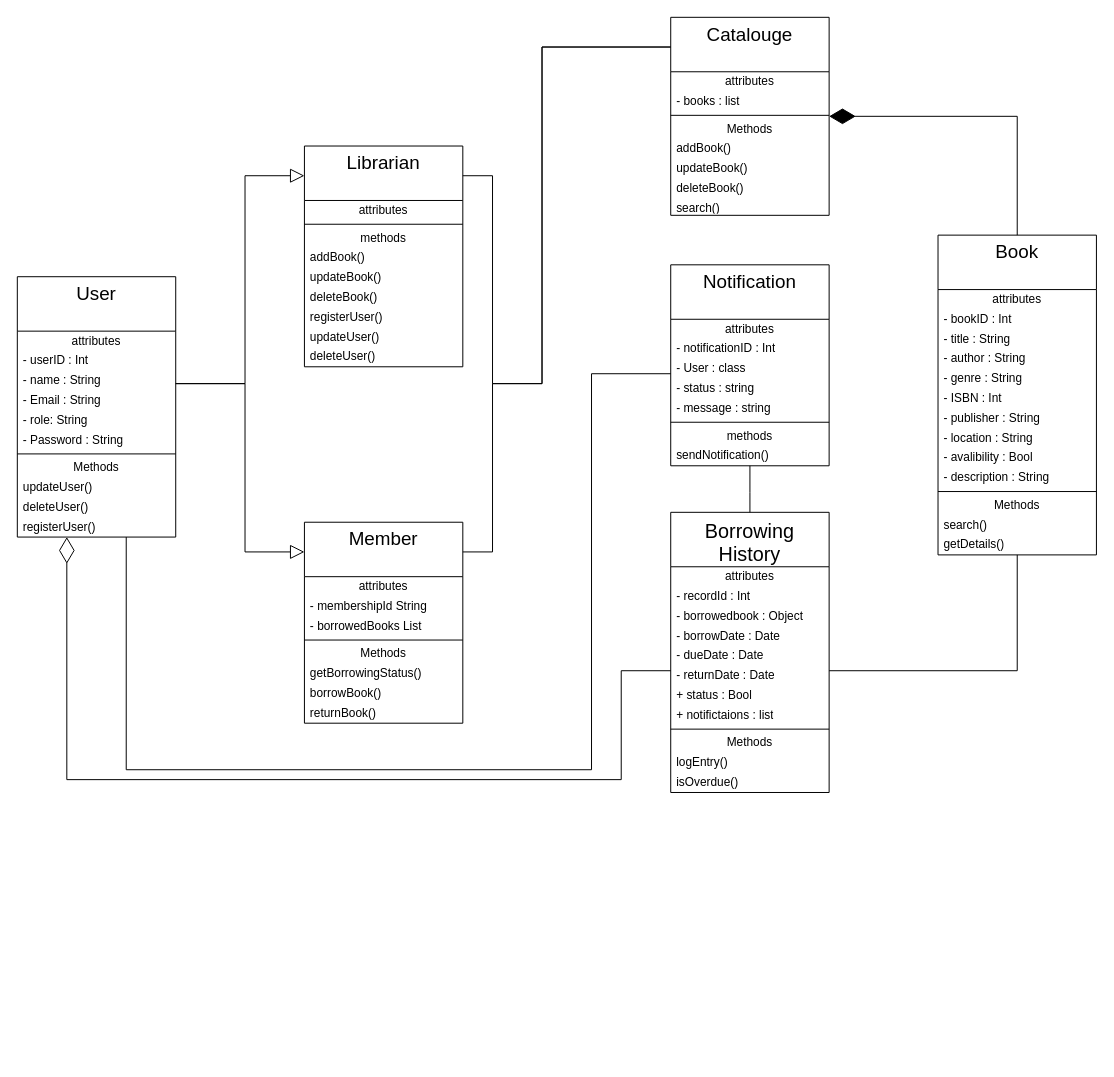
The draw.io diagram LibraryManagementSystem/documents/LMS Class diagram.dio in mytinycloud/LMS, before the edit. Source tidied: cells renumbered, new cells numbered last; positions are measured from the earlier drawing's top-left corner, leaving out a move shared by most shapes. Both pictures are drawn from the tidied source at 99%, with x=0, y=0 at pixel (17, 17).
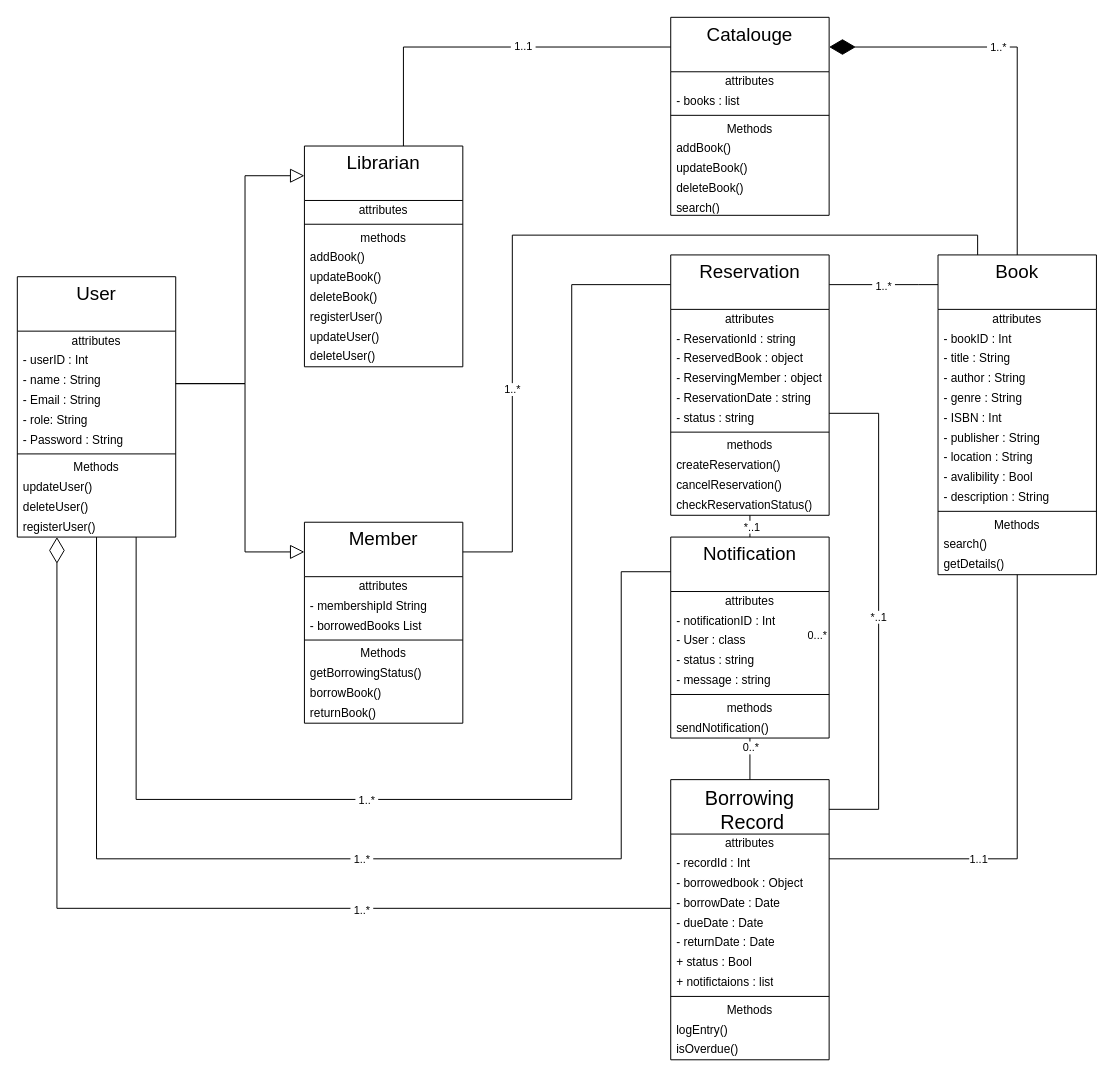
Above is the later version.

Commit message (it also covers changes not shown here):
- update readme - add uml jpg

Unchanged cells that the change refers to:
```xml
<mxCell id="2" value="&lt;font style=&quot;font-size: 19px;&quot;&gt;User&lt;/font&gt;" style="swimlane;fontStyle=0;align=center;verticalAlign=top;horizontal=1;startSize=55;html=1;whiteSpace=wrap;rounded=0;" parent="1" vertex="1">
  <mxGeometry y="262" width="160" height="263" as="geometry" />
</mxCell>
<mxCell id="14" value="&lt;font style=&quot;font-size: 19px;&quot;&gt;Member&lt;/font&gt;" style="swimlane;fontStyle=0;align=center;verticalAlign=top;horizontal=1;startSize=55;html=1;whiteSpace=wrap;rounded=0;" parent="1" vertex="1">
  <mxGeometry x="290" y="510" width="160" height="203" as="geometry" />
</mxCell>
<mxCell id="23" value="&lt;font style=&quot;font-size: 19px;&quot;&gt;Librarian&lt;/font&gt;" style="swimlane;fontStyle=0;align=center;verticalAlign=top;horizontal=1;startSize=55;html=1;whiteSpace=wrap;rounded=0;" parent="1" vertex="1">
  <mxGeometry x="290" y="130" width="160" height="223" as="geometry" />
</mxCell>
<mxCell id="48" value="&lt;div&gt;&lt;span style=&quot;font-size: 19px;&quot;&gt;Catalouge&lt;/span&gt;&lt;/div&gt;" style="swimlane;fontStyle=0;align=center;verticalAlign=top;horizontal=1;startSize=55;html=1;whiteSpace=wrap;rounded=0;" parent="1" vertex="1">
  <mxGeometry x="660" width="160" height="200" as="geometry" />
</mxCell>
```

The edit, as a diff of the source:
```diff
@@
     <mxCell id="33" value="&lt;font style=&quot;font-size: 19px;&quot;&gt;Book&lt;/font&gt;" style="swimlane;fontStyle=0;align=center;verticalAlign=top;horizontal=1;startSize=55;html=1;whiteSpace=wrap;rounded=0;" parent="1" vertex="1">
-      <mxGeometry x="930" y="220" width="160" height="323" as="geometry" />
+      <mxGeometry x="930" y="240" width="160" height="323" as="geometry" />
     </mxCell>
@@
     <mxCell id="57" value="&lt;font style=&quot;font-size: 19px;&quot;&gt;Notification&lt;/font&gt;" style="swimlane;fontStyle=0;align=center;verticalAlign=top;horizontal=1;startSize=55;html=1;whiteSpace=wrap;rounded=0;" parent="1" vertex="1">
-      <mxGeometry x="660" y="250" width="160" height="203" as="geometry" />
+      <mxGeometry x="660" y="525" width="160" height="203" as="geometry" />
     </mxCell>
@@
-    <mxCell id="66" value="&lt;span style=&quot;font-family: sans-serif; font-size: 20px; text-align: start; white-space: pre; background-color: rgb(255, 255, 255);&quot;&gt;Borrowing&lt;/span&gt;&lt;div&gt;&lt;span style=&quot;font-family: sans-serif; font-size: 20px; text-align: start; white-space: pre; background-color: rgb(255, 255, 255);&quot;&gt; History &lt;/span&gt;&lt;/div&gt;" style="swimlane;fontStyle=0;align=center;verticalAlign=top;horizontal=1;startSize=55;html=1;whiteSpace=wrap;rounded=0;" parent="1" vertex="1">
-      <mxGeometry x="660" y="500" width="160" height="283" as="geometry" />
+    <mxCell id="66" value="&lt;span style=&quot;font-family: sans-serif; font-size: 20px; text-align: start; white-space: pre; background-color: rgb(255, 255, 255);&quot;&gt;Borrowing&lt;/span&gt;&lt;div&gt;&lt;span style=&quot;font-family: sans-serif; font-size: 20px; text-align: start; white-space: pre; background-color: rgb(255, 255, 255);&quot;&gt; Record&lt;/span&gt;&lt;/div&gt;" style="swimlane;fontStyle=0;align=center;verticalAlign=top;horizontal=1;startSize=55;html=1;whiteSpace=wrap;rounded=0;" parent="1" vertex="1">
+      <mxGeometry x="660" y="770" width="160" height="283" as="geometry" />
     </mxCell>
@@
     <mxCell id="79" style="endArrow=diamondThin;endFill=1;endSize=24;html=1;edgeStyle=orthogonalEdgeStyle;rounded=0;" parent="1" edge="1" source="33" target="48">
       <mxGeometry relative="1" as="geometry">
         <Array as="points">
-          <mxPoint x="1010" y="100" />
+          <mxPoint x="1010" y="30" />
         </Array>
       </mxGeometry>
     </mxCell>
+    <mxCell id="88" value="&amp;nbsp;1..*&amp;nbsp;" style="edgeLabel;html=1;align=center;verticalAlign=middle;" parent="79" vertex="1">
+      <mxGeometry x="0.15" relative="1" as="geometry" />
+    </mxCell>
@@
-    <mxCell id="81" style="endArrow=none;html=1;edgeStyle=orthogonalEdgeStyle;rounded=0;" parent="1" edge="1" source="2" target="57">
+    <mxCell id="81" style="endArrow=none;html=1;edgeStyle=orthogonalEdgeStyle;rounded=0;endFill=0;" parent="1" edge="1" source="2" target="57">
       <mxGeometry relative="1" as="geometry">
         <Array as="points">
-          <mxPoint x="110" y="760" />
-          <mxPoint x="580" y="760" />
-          <mxPoint x="580" y="360" />
+          <mxPoint x="80" y="850" />
+          <mxPoint x="610" y="850" />
+          <mxPoint x="610" y="560" />
         </Array>
       </mxGeometry>
     </mxCell>
+    <mxCell id="89" value="&amp;nbsp;1..*&amp;nbsp;" style="edgeLabel;html=1;align=center;verticalAlign=middle;" parent="81" vertex="1">
+      <mxGeometry x="-0.01" relative="1" as="geometry" />
+    </mxCell>
-    <mxCell id="82" style="endArrow=none;html=1;edgeStyle=orthogonalEdgeStyle;rounded=0;" parent="1" edge="1" source="57" target="66">
-      <mxGeometry relative="1" as="geometry">
-        <Array as="points">
-          <mxPoint x="740" y="480" />
-          <mxPoint x="740" y="480" />
-        </Array>
-      </mxGeometry>
+    <mxCell id="82" style="endArrow=none;html=1;edgeStyle=orthogonalEdgeStyle;rounded=0;entryX=0.5;entryY=0;entryDx=0;entryDy=0;" parent="1" edge="1" source="57" target="66">
+      <mxGeometry relative="1" as="geometry" />
     </mxCell>
+    <mxCell id="90" value="0..*" style="edgeLabel;html=1;align=center;verticalAlign=middle;" parent="82" vertex="1">
+      <mxGeometry x="-0.57" relative="1" as="geometry" />
+    </mxCell>
     <mxCell id="83" style="endArrow=diamondThin;endFill=0;endSize=24;html=1;edgeStyle=orthogonalEdgeStyle;rounded=0;" parent="1" edge="1" source="66" target="2">
       <mxGeometry relative="1" as="geometry">
         <Array as="points">
-          <mxPoint x="610" y="660" />
-          <mxPoint x="610" y="770" />
-          <mxPoint x="50" y="770" />
+          <mxPoint x="40" y="900" />
         </Array>
       </mxGeometry>
     </mxCell>
+    <mxCell id="91" value="&amp;nbsp;1..*&amp;nbsp;" style="edgeLabel;html=1;align=center;verticalAlign=middle;" parent="83" vertex="1">
+      <mxGeometry x="-0.37" y="1" relative="1" as="geometry" />
+    </mxCell>
     <mxCell id="84" style="endArrow=none;html=1;edgeStyle=orthogonalEdgeStyle;rounded=0;" parent="1" edge="1" source="33" target="66">
       <mxGeometry relative="1" as="geometry">
         <Array as="points">
-          <mxPoint x="1010" y="660" />
+          <mxPoint x="1010" y="850" />
         </Array>
       </mxGeometry>
     </mxCell>
+    <mxCell id="92" value="1..1" style="edgeLabel;html=1;align=center;verticalAlign=middle;" parent="84" vertex="1">
+      <mxGeometry x="-0.25" relative="1" as="geometry">
+        <mxPoint x="-40" y="108" as="offset" />
+      </mxGeometry>
+    </mxCell>
     <mxCell id="85" style="endArrow=none;html=1;edgeStyle=orthogonalEdgeStyle;rounded=0;" parent="1" edge="1" source="23" target="48">
       <mxGeometry relative="1" as="geometry">
         <Array as="points">
-          <mxPoint x="480" y="160" />
-          <mxPoint x="480" y="370" />
-          <mxPoint x="530" y="370" />
-          <mxPoint x="530" y="30" />
+          <mxPoint x="390" y="30" />
         </Array>
       </mxGeometry>
     </mxCell>
+    <mxCell id="93" value="&amp;nbsp;1..1&amp;nbsp;" style="edgeLabel;html=1;align=center;verticalAlign=middle;" parent="85" vertex="1">
+      <mxGeometry x="-0.77" y="1" relative="1" as="geometry">
+        <mxPoint x="121" y="-58" as="offset" />
+      </mxGeometry>
+    </mxCell>
-    <mxCell id="86" style="endArrow=none;html=1;edgeStyle=orthogonalEdgeStyle;rounded=0;" parent="1" edge="1" source="14" target="48">
+    <mxCell id="86" style="endArrow=none;html=1;edgeStyle=orthogonalEdgeStyle;rounded=0;" parent="1" edge="1" source="14" target="33">
       <mxGeometry relative="1" as="geometry">
         <Array as="points">
-          <mxPoint x="480" y="540" />
-          <mxPoint x="480" y="370" />
-          <mxPoint x="530" y="370" />
-          <mxPoint x="530" y="30" />
+          <mxPoint x="500" y="540" />
+          <mxPoint x="500" y="220" />
+          <mxPoint x="970" y="220" />
         </Array>
       </mxGeometry>
     </mxCell>
+    <mxCell id="94" value="0...*" style="edgeLabel;html=1;align=center;verticalAlign=middle;" parent="86" vertex="1">
+      <mxGeometry x="0.94" y="-2" relative="1" as="geometry">
+        <mxPoint x="-157" y="401" as="offset" />
+      </mxGeometry>
+    </mxCell>
+    <mxCell id="95" value="&amp;nbsp;1..*&amp;nbsp;" style="edgeLabel;html=1;align=center;verticalAlign=middle;" parent="86" vertex="1">
+      <mxGeometry x="-0.5" y="1" relative="1" as="geometry" />
+    </mxCell>
@@
+    <mxCell id="96" style="edgeStyle=orthogonalEdgeStyle;html=1;endArrow=none;endFill=0;rounded=0;curved=0;" parent="1" edge="1" source="104" target="2">
+      <mxGeometry relative="1" as="geometry">
+        <Array as="points">
+          <mxPoint x="560" y="270" />
+          <mxPoint x="560" y="790" />
+          <mxPoint x="120" y="790" />
+        </Array>
+      </mxGeometry>
+    </mxCell>
+    <mxCell id="97" value="&amp;nbsp;1..*&amp;nbsp;" style="edgeLabel;html=1;align=center;verticalAlign=middle;" parent="96" vertex="1">
+      <mxGeometry x="0.25" relative="1" as="geometry" />
+    </mxCell>
+    <mxCell id="98" style="edgeStyle=none;html=1;endArrow=none;endFill=0;" parent="1" edge="1" source="104" target="57">
+      <mxGeometry relative="1" as="geometry" />
+    </mxCell>
+    <mxCell id="99" value="*..1" style="edgeLabel;html=1;align=center;verticalAlign=middle;" parent="98" vertex="1">
+      <mxGeometry y="1" relative="1" as="geometry" />
+    </mxCell>
+    <mxCell id="100" style="edgeStyle=orthogonalEdgeStyle;html=1;rounded=0;curved=0;endArrow=none;endFill=0;" parent="1" edge="1" source="104" target="66">
+      <mxGeometry relative="1" as="geometry">
+        <Array as="points">
+          <mxPoint x="870" y="400" />
+          <mxPoint x="870" y="800" />
+        </Array>
+      </mxGeometry>
+    </mxCell>
+    <mxCell id="101" value="*..1" style="edgeLabel;html=1;align=center;verticalAlign=middle;" parent="100" vertex="1">
+      <mxGeometry x="0.02" y="-1" relative="1" as="geometry" />
+    </mxCell>
+    <mxCell id="102" style="edgeStyle=orthogonalEdgeStyle;html=1;rounded=0;curved=0;endArrow=none;endFill=0;" parent="1" edge="1" source="104" target="33">
+      <mxGeometry relative="1" as="geometry">
+        <Array as="points">
+          <mxPoint x="910" y="270" />
+          <mxPoint x="910" y="270" />
+        </Array>
+      </mxGeometry>
+    </mxCell>
+    <mxCell id="103" value="&amp;nbsp;1..*&amp;nbsp;" style="edgeLabel;html=1;align=center;verticalAlign=middle;" parent="102" vertex="1">
+      <mxGeometry x="-0.02" y="-1" relative="1" as="geometry" />
+    </mxCell>
+    <mxCell id="104" value="&lt;font style=&quot;font-size: 19px;&quot;&gt;Reservation&lt;/font&gt;" style="swimlane;fontStyle=0;align=center;verticalAlign=top;horizontal=1;startSize=55;html=1;whiteSpace=wrap;rounded=0;" parent="1" vertex="1">
+      <mxGeometry x="660" y="240" width="160" height="263" as="geometry" />
+    </mxCell>
+    <mxCell id="105" value="attributes" style="text;html=1;strokeColor=none;fillColor=none;align=center;verticalAlign=middle;spacingLeft=4;spacingRight=4;overflow=hidden;whiteSpace=wrap;rounded=0;" parent="104" vertex="1">
+      <mxGeometry y="55" width="160" height="20" as="geometry" />
+    </mxCell>
+    <mxCell id="106" value="&lt;span style=&quot;color: rgb(0, 0, 0);&quot;&gt;- ReservationId : string&lt;/span&gt;" style="text;html=1;strokeColor=none;fillColor=none;align=left;verticalAlign=middle;spacingLeft=4;spacingRight=4;overflow=hidden;whiteSpace=wrap;rounded=0;" parent="104" vertex="1">
+      <mxGeometry y="75" width="160" height="20" as="geometry" />
+    </mxCell>
+    <mxCell id="107" value="&lt;span style=&quot;color: rgb(0, 0, 0);&quot;&gt;- ReservedBook : object&lt;/span&gt;" style="text;html=1;strokeColor=none;fillColor=none;align=left;verticalAlign=middle;spacingLeft=4;spacingRight=4;overflow=hidden;whiteSpace=wrap;rounded=0;" parent="104" vertex="1">
+      <mxGeometry y="95" width="160" height="20" as="geometry" />
+    </mxCell>
+    <mxCell id="108" value="&lt;span style=&quot;color: rgb(0, 0, 0);&quot;&gt;- ReservingMember : object&lt;/span&gt;" style="text;html=1;strokeColor=none;fillColor=none;align=left;verticalAlign=middle;spacingLeft=4;spacingRight=4;overflow=hidden;whiteSpace=wrap;rounded=0;" parent="104" vertex="1">
+      <mxGeometry y="115" width="160" height="20" as="geometry" />
+    </mxCell>
+    <mxCell id="109" value="&lt;span style=&quot;color: rgb(0, 0, 0);&quot;&gt;- ReservationDate : string&lt;/span&gt;" style="text;html=1;strokeColor=none;fillColor=none;align=left;verticalAlign=middle;spacingLeft=4;spacingRight=4;overflow=hidden;whiteSpace=wrap;rounded=0;" parent="104" vertex="1">
+      <mxGeometry y="135" width="160" height="20" as="geometry" />
+    </mxCell>
+    <mxCell id="110" value="&lt;span style=&quot;color: rgb(0, 0, 0);&quot;&gt;- status : string&lt;/span&gt;" style="text;html=1;strokeColor=none;fillColor=none;align=left;verticalAlign=middle;spacingLeft=4;spacingRight=4;overflow=hidden;whiteSpace=wrap;rounded=0;" parent="104" vertex="1">
+      <mxGeometry y="155" width="160" height="20" as="geometry" />
+    </mxCell>
+    <mxCell id="111" style="line;strokeWidth=1;fillColor=none;align=left;verticalAlign=middle;spacingTop=-1;spacingLeft=3;spacingRight=3;labelPosition=right;rounded=0;" parent="104" vertex="1">
+      <mxGeometry y="175" width="160" height="8" as="geometry" />
+    </mxCell>
+    <mxCell id="112" value="methods" style="text;html=1;strokeColor=none;fillColor=none;align=center;verticalAlign=middle;spacingLeft=4;spacingRight=4;overflow=hidden;whiteSpace=wrap;rounded=0;" parent="104" vertex="1">
+      <mxGeometry y="183" width="160" height="20" as="geometry" />
+    </mxCell>
+    <mxCell id="113" value="&lt;span style=&quot;color: rgb(0, 0, 0);&quot;&gt;createReservation()&lt;/span&gt;" style="text;html=1;strokeColor=none;fillColor=none;align=left;verticalAlign=middle;spacingLeft=4;spacingRight=4;overflow=hidden;whiteSpace=wrap;rounded=0;" parent="104" vertex="1">
+      <mxGeometry y="203" width="160" height="20" as="geometry" />
+    </mxCell>
+    <mxCell id="114" value="&lt;span style=&quot;color: rgb(0, 0, 0);&quot;&gt;cancelReservation()&lt;/span&gt;" style="text;html=1;strokeColor=none;fillColor=none;align=left;verticalAlign=middle;spacingLeft=4;spacingRight=4;overflow=hidden;whiteSpace=wrap;rounded=0;" parent="104" vertex="1">
+      <mxGeometry y="223" width="160" height="20" as="geometry" />
+    </mxCell>
+    <mxCell id="115" value="&lt;span style=&quot;color: rgb(0, 0, 0);&quot;&gt;checkReservationStatus()&lt;/span&gt;" style="text;html=1;strokeColor=none;fillColor=none;align=left;verticalAlign=middle;spacingLeft=4;spacingRight=4;overflow=hidden;whiteSpace=wrap;rounded=0;" parent="104" vertex="1">
+      <mxGeometry y="243" width="160" height="20" as="geometry" />
+    </mxCell>
```
